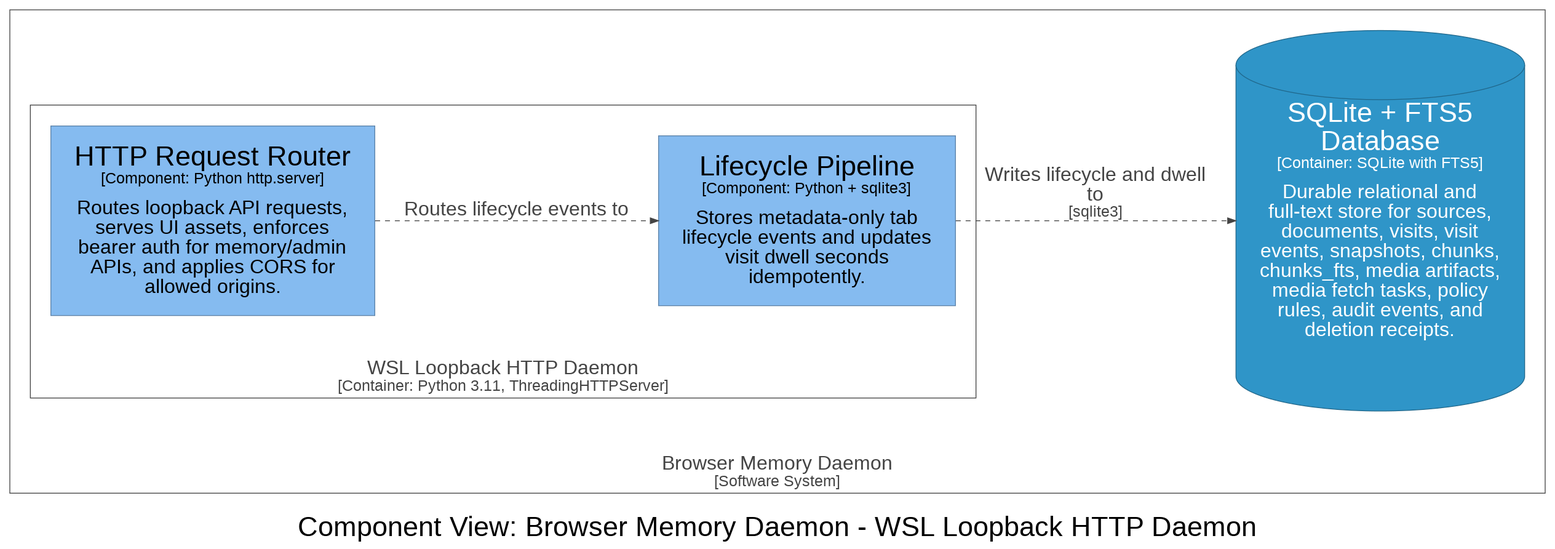
michaelnicks0/browser-memory-daemon keeps this Graphviz diagram as architecture/diagrams/dot-rendered/structurizr-DaemonLifecycleComponents.png. Above is the earlier version. Its source is kept beside it as architecture/diagrams/dot/structurizr-DaemonLifecycleComponents.dot. Source of this version:
```dot
digraph {
  compound=true
  graph [fontname="Arial", rankdir=LR, ranksep=1.0, nodesep=1.0]
  node [fontname="Arial", shape=box, margin="0.4,0.3"]
  edge [fontname="Arial"]
  label=<<br /><font point-size="34">Component View: Browser Memory Daemon - WSL Loopback HTTP Daemon</font>>

  subgraph cluster_4 {
    margin=25
    label=<<font point-size="24"><br />Browser Memory Daemon</font><br /><font point-size="19">[Software System]</font>>
    labelloc=b
    color="#444444"
    fontcolor="#444444"
    fillcolor="#444444"

    subgraph cluster_14 {
      margin=25
      label=<<font point-size="24"><br />WSL Loopback HTTP Daemon</font><br /><font point-size="19">[Container: Python 3.11, ThreadingHTTPServer]</font>>
      labelloc=b
      color="#444444"
      fontcolor="#444444"
      fillcolor="#444444"

      15 [id=15,shape=rect, label=<<font point-size="34">HTTP Request Router</font><br /><font point-size="19">[Component: Python http.server]</font><br /><br /><font point-size="24">Routes loopback API requests,<br />serves UI assets, enforces<br />bearer auth for memory/admin<br />APIs, and applies CORS for<br />allowed origins.</font>>, style=filled, color="#5d82a8", fillcolor="#85bbf0", fontcolor="#000000"]
      19 [id=19,shape=rect, label=<<font point-size="34">Lifecycle Pipeline</font><br /><font point-size="19">[Component: Python + sqlite3]</font><br /><br /><font point-size="24">Stores metadata-only tab<br />lifecycle events and updates<br />visit dwell seconds<br />idempotently.</font>>, style=filled, color="#5d82a8", fillcolor="#85bbf0", fontcolor="#000000"]
    }

    27 [id=27,shape=cylinder, label=<<font point-size="34">SQLite + FTS5<br />Database</font><br /><font point-size="19">[Container: SQLite with FTS5]</font><br /><br /><font point-size="24">Durable relational and<br />full-text store for sources,<br />documents, visits, visit<br />events, snapshots, chunks,<br />chunks_fts, media artifacts,<br />media fetch tasks, policy<br />rules, audit events, and<br />deletion receipts.</font>>, style=filled, color="#20688c", fillcolor="#2f95c8", fontcolor="#ffffff"]
  }

  15 -> 19 [id=64, label=<<font point-size="24">Routes lifecycle events to</font>>, style="dashed", color="#444444", fontcolor="#444444"]
  19 -> 27 [id=73, label=<<font point-size="24">Writes lifecycle and dwell<br />to</font><br /><font point-size="19">[sqlite3]</font>>, style="dashed", color="#444444", fontcolor="#444444"]

}
```
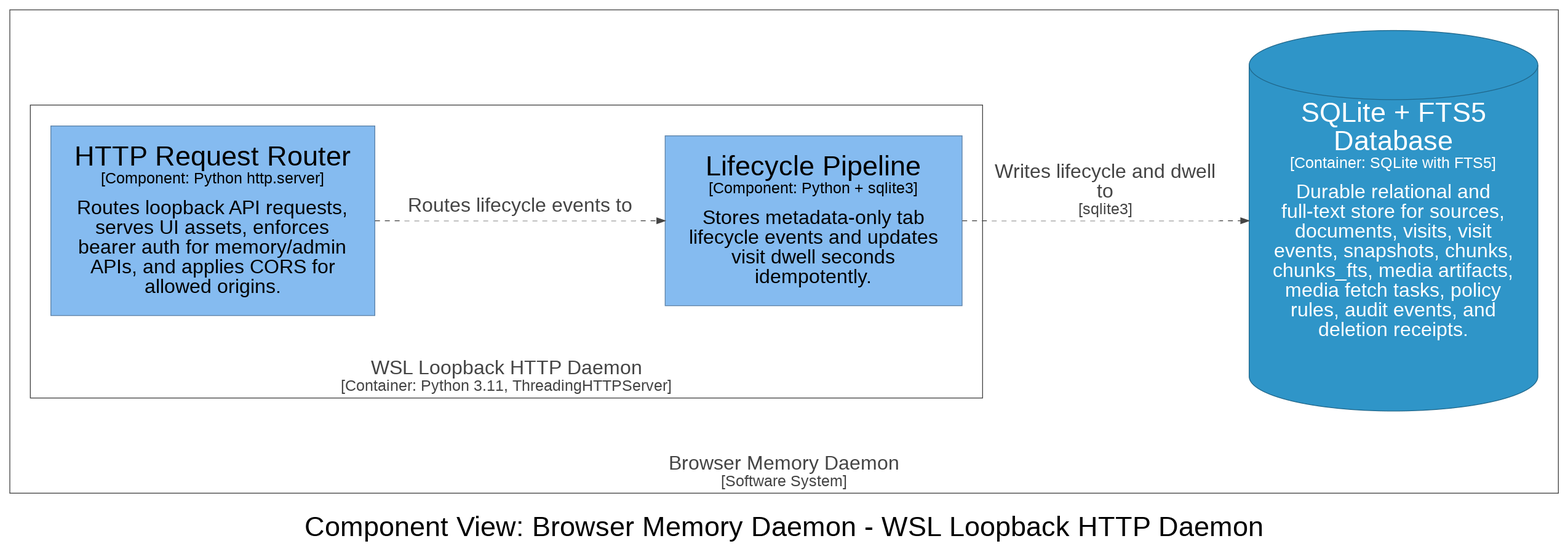
After the change.

Change to the diagram source:
```diff
@@ -28,7 +28,7 @@
     27 [id=27,shape=cylinder, label=<<font point-size="34">SQLite + FTS5<br />Database</font><br /><font point-size="19">[Container: SQLite with FTS5]</font><br /><br /><font point-size="24">Durable relational and<br />full-text store for sources,<br />documents, visits, visit<br />events, snapshots, chunks,<br />chunks_fts, media artifacts,<br />media fetch tasks, policy<br />rules, audit events, and<br />deletion receipts.</font>>, style=filled, color="#20688c", fillcolor="#2f95c8", fontcolor="#ffffff"]
   }
 
-  15 -> 19 [id=64, label=<<font point-size="24">Routes lifecycle events to</font>>, style="dashed", color="#444444", fontcolor="#444444"]
-  19 -> 27 [id=73, label=<<font point-size="24">Writes lifecycle and dwell<br />to</font><br /><font point-size="19">[sqlite3]</font>>, style="dashed", color="#444444", fontcolor="#444444"]
+  15 -> 19 [id=64, label=<<TABLE BORDER="0" CELLBORDER="0" CELLSPACING="0" CELLPADDING="4" BGCOLOR="white"><TR><TD><font point-size="24">Routes lifecycle events to</font></TD></TR></TABLE>>, style="dashed", color="#444444", fontcolor="#444444"]
+  19 -> 27 [id=73, label=<<TABLE BORDER="0" CELLBORDER="0" CELLSPACING="0" CELLPADDING="4" BGCOLOR="white"><TR><TD><font point-size="24">Writes lifecycle and dwell<br />to</font><br /><font point-size="19">[sqlite3]</font></TD></TR></TABLE>>, style="dashed", color="#444444", fontcolor="#444444"]
 
 }
```
